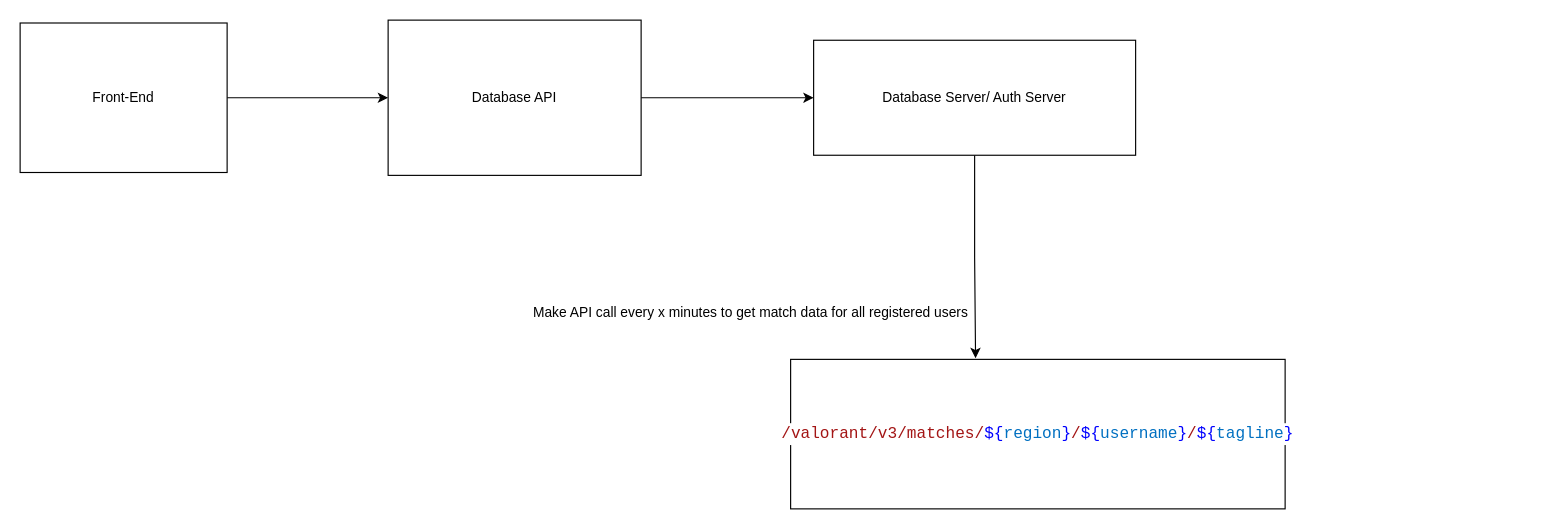
This is public/Valorant-stats-app Infra Diagram.drawio from taher968/valorant-stats-app, a draw.io file, before an edit. Source tidied: cells renumbered, new cells numbered last; positions are measured from the earlier drawing's top-left corner, leaving out a move shared by most shapes. Both pictures are drawn from the tidied source at 115%, with x=0, y=0 at pixel (20, 20).
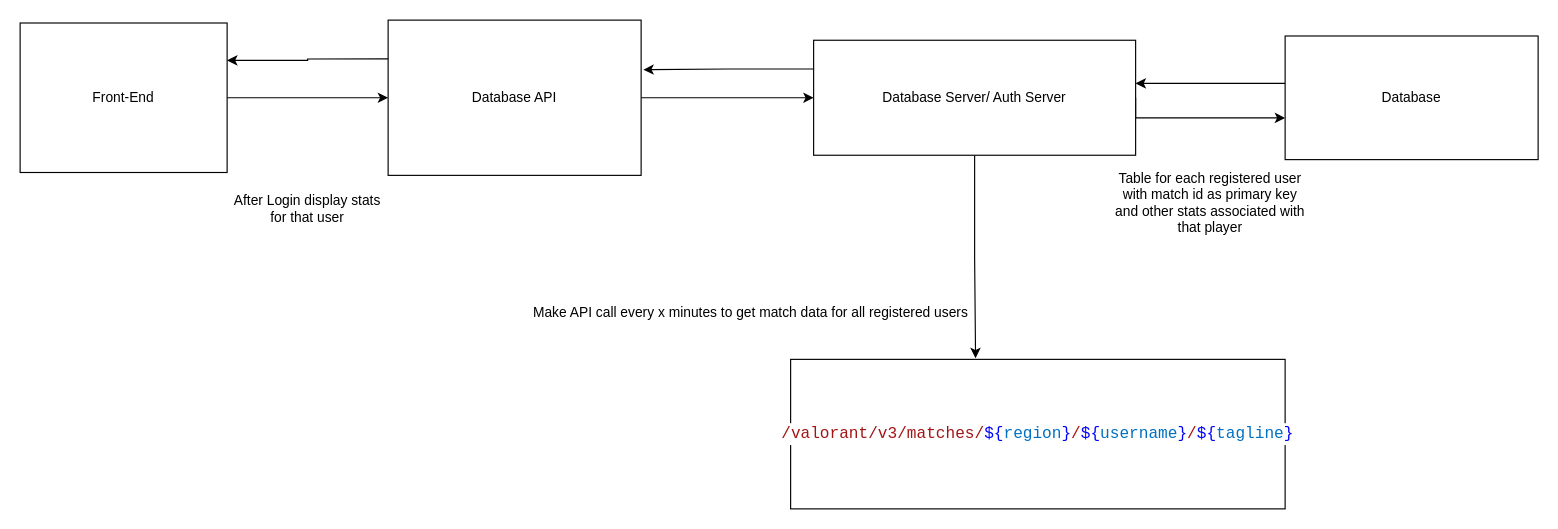
The same diagram, later.

Commit message:
Update Valorant-stats-app Infra Diagram-changes.drawio

The edit, as a diff of the source:
```diff
@@
 <mxGraphModel>
   <root>
     <mxCell id="0" />
     <mxCell id="1" parent="0" />
     <mxCell id="2" style="edgeStyle=orthogonalEdgeStyle;rounded=0;jettySize=auto;html=1;" parent="1" edge="1" source="3" target="5">
       <mxGeometry relative="1" as="geometry" />
     </mxCell>
     <mxCell id="3" value="Front-End" style="rounded=0;whiteSpace=wrap;html=1;" parent="1" vertex="1">
       <mxGeometry y="2.5" width="180" height="130" as="geometry" />
     </mxCell>
     <mxCell id="4" style="edgeStyle=orthogonalEdgeStyle;rounded=0;jettySize=auto;html=1;" parent="1" edge="1" source="5" target="7">
       <mxGeometry relative="1" as="geometry" />
     </mxCell>
+    <mxCell id="10" style="edgeStyle=orthogonalEdgeStyle;rounded=0;jettySize=auto;html=1;exitX=0;exitY=0.25;exitDx=0;exitDy=0;entryX=1;entryY=0.25;entryDx=0;entryDy=0;" parent="1" edge="1" source="5" target="3">
+      <mxGeometry relative="1" as="geometry" />
+    </mxCell>
     <mxCell id="5" value="Database API" style="rounded=0;whiteSpace=wrap;html=1;" parent="1" vertex="1">
       <mxGeometry x="320" width="220" height="135" as="geometry" />
     </mxCell>
     <mxCell id="6" style="edgeStyle=orthogonalEdgeStyle;rounded=0;jettySize=auto;html=1;entryX=0.374;entryY=-0.008;entryDx=0;entryDy=0;entryPerimeter=0;" parent="1" edge="1" source="7" target="8">
       <mxGeometry relative="1" as="geometry" />
     </mxCell>
+    <mxCell id="11" style="edgeStyle=orthogonalEdgeStyle;rounded=0;jettySize=auto;html=1;exitX=0;exitY=0.25;exitDx=0;exitDy=0;entryX=1.009;entryY=0.319;entryDx=0;entryDy=0;entryPerimeter=0;" parent="1" edge="1" source="7" target="5">
+      <mxGeometry relative="1" as="geometry" />
+    </mxCell>
+    <mxCell id="12" style="edgeStyle=orthogonalEdgeStyle;rounded=0;jettySize=auto;html=1;exitX=1;exitY=0.5;exitDx=0;exitDy=0;" parent="1" edge="1" source="7" target="15">
+      <mxGeometry relative="1" as="geometry">
+        <Array as="points">
+          <mxPoint x="970" y="85" />
+        </Array>
+      </mxGeometry>
+    </mxCell>
     <mxCell id="7" value="Database Server/ Auth Server" style="rounded=0;whiteSpace=wrap;html=1;" parent="1" vertex="1">
       <mxGeometry x="690" y="17.5" width="280" height="100" as="geometry" />
     </mxCell>
     <mxCell id="8" value="&lt;div style=&quot;background-color: rgb(255, 255, 255); font-family: Consolas, &amp;quot;Courier New&amp;quot;, monospace; font-size: 14px; line-height: 19px;&quot;&gt;&lt;span style=&quot;color: #a31515;&quot;&gt;/valorant/v3/matches/&lt;/span&gt;&lt;span style=&quot;color: #0000ff;&quot;&gt;${&lt;/span&gt;&lt;span style=&quot;color: #0070c1;&quot;&gt;region&lt;/span&gt;&lt;span style=&quot;color: #0000ff;&quot;&gt;}&lt;/span&gt;&lt;span style=&quot;color: #a31515;&quot;&gt;/&lt;/span&gt;&lt;span style=&quot;color: #0000ff;&quot;&gt;${&lt;/span&gt;&lt;span style=&quot;color: #0070c1;&quot;&gt;username&lt;/span&gt;&lt;span style=&quot;color: #0000ff;&quot;&gt;}&lt;/span&gt;&lt;span style=&quot;color: #a31515;&quot;&gt;/&lt;/span&gt;&lt;span style=&quot;color: #0000ff;&quot;&gt;${&lt;/span&gt;&lt;span style=&quot;color: #0070c1;&quot;&gt;tagline&lt;/span&gt;&lt;span style=&quot;color: #0000ff;&quot;&gt;}&lt;/span&gt;&lt;/div&gt;" style="rounded=0;whiteSpace=wrap;html=1;" parent="1" vertex="1">
       <mxGeometry x="670" y="295" width="430" height="130" as="geometry" />
     </mxCell>
     <mxCell id="9" value="Make API call every x minutes to get match data for all registered users" style="text;html=1;align=center;verticalAlign=middle;strokeColor=none;fillColor=none;" parent="1" vertex="1">
       <mxGeometry x="440" y="245" width="390" height="20" as="geometry" />
     </mxCell>
+    <mxCell id="13" value="After Login display stats for that user" style="text;html=1;strokeColor=none;fillColor=none;align=center;verticalAlign=middle;whiteSpace=wrap;rounded=0;" parent="1" vertex="1">
+      <mxGeometry x="180" y="132.5" width="140" height="62.5" as="geometry" />
+    </mxCell>
+    <mxCell id="14" style="edgeStyle=orthogonalEdgeStyle;rounded=0;jettySize=auto;html=1;" parent="1" edge="1" source="15">
+      <mxGeometry relative="1" as="geometry">
+        <mxPoint x="970" y="55" as="targetPoint" />
+        <Array as="points">
+          <mxPoint x="970" y="55" />
+        </Array>
+      </mxGeometry>
+    </mxCell>
+    <mxCell id="15" value="Database" style="rounded=0;whiteSpace=wrap;html=1;" parent="1" vertex="1">
+      <mxGeometry x="1100" y="13.8" width="220" height="107.5" as="geometry" />
+    </mxCell>
+    <mxCell id="16" value="Table for each registered user with match id as primary key and other stats associated with that player" style="text;html=1;strokeColor=none;fillColor=none;align=center;verticalAlign=middle;whiteSpace=wrap;rounded=0;" parent="1" vertex="1">
+      <mxGeometry x="950" y="144" width="170" height="30" as="geometry" />
+    </mxCell>
   </root>
 </mxGraphModel>
```
